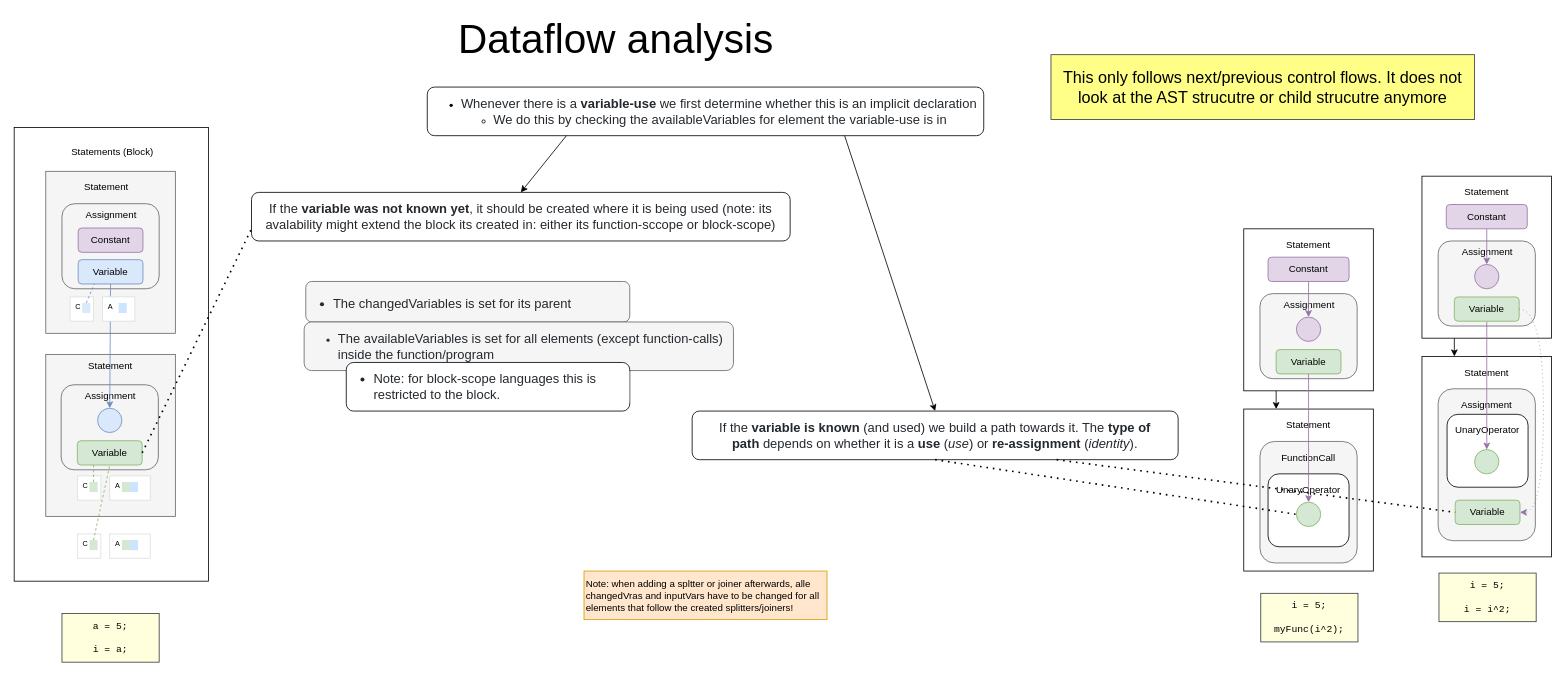
visual-trials/flowify keeps this draw.io diagram as page "Data Flow" (4 of 4) of doc/flowify_algoritm_and_data_structures.drawio. Above is the earlier version. Source tidied: cells renumbered, new cells numbered last; positions are measured from the earlier drawing's top-left corner, leaving out a move shared by most shapes. Both pictures are drawn from the tidied source at 81%, with x=0, y=0 at pixel (14, 30).
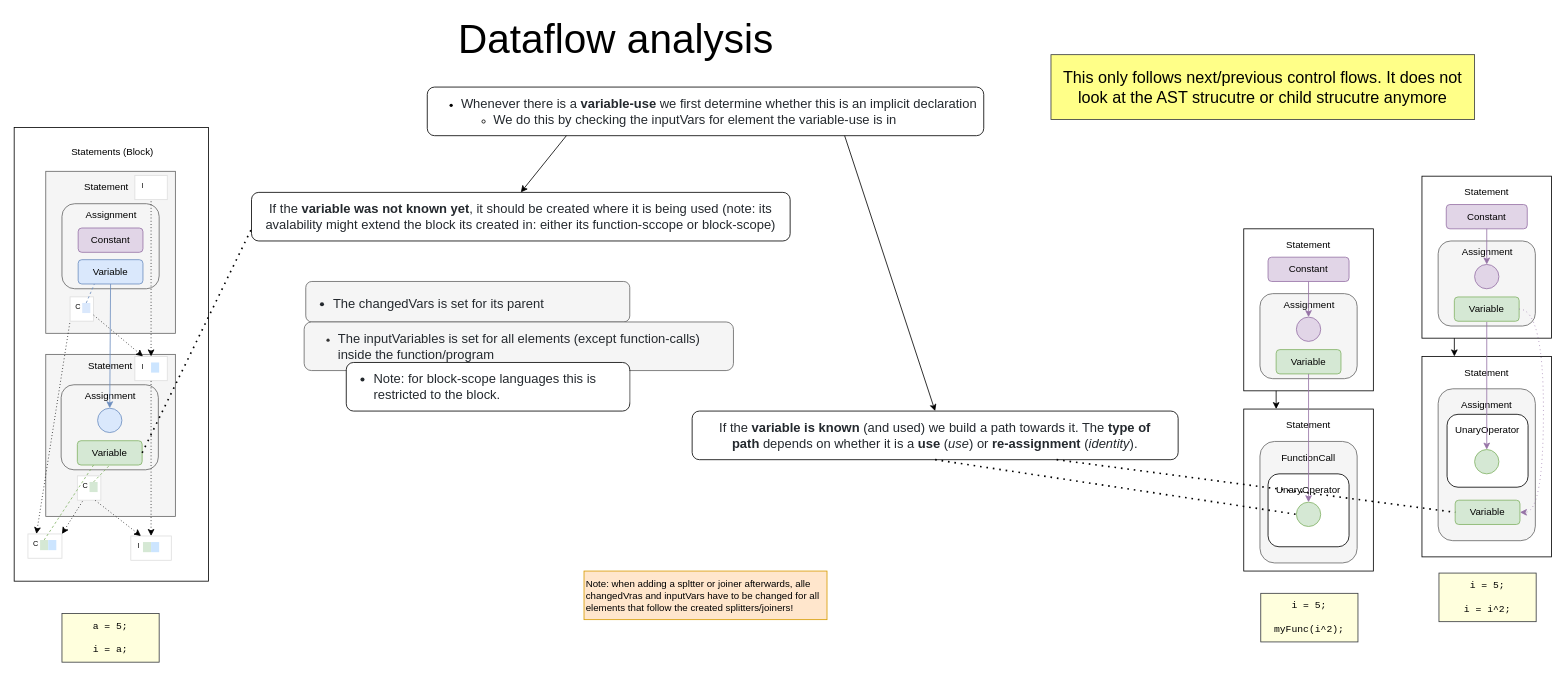
After the change.

Commit message (it also covers changes not shown here):
updated diagrams with inputVars/changedVars logic

The change refers to these unchanged cells:
```xml
<mxCell id="57" value="Variable" style="rounded=1;whiteSpace=wrap;html=1;fillColor=#d5e8d4;strokeColor=#82b366;" parent="1" vertex="1">
  <mxGeometry x="78" y="506.6" width="80" height="30" as="geometry" />
</mxCell>
<mxCell id="69" style="rounded=0;whiteSpace=wrap;html=1;strokeColor=#DEDEDE;" parent="1" vertex="1">
  <mxGeometry x="78" y="550" width="29" height="30" as="geometry" />
</mxCell>
<mxCell id="70" style="rounded=0;whiteSpace=wrap;html=1;fillColor=#D5E8D4;strokeColor=none;" parent="1" vertex="1">
  <mxGeometry x="93" y="557.5" width="10" height="12.5" as="geometry" />
</mxCell>
<mxCell id="84" style="rounded=0;whiteSpace=wrap;html=1;strokeColor=#DEDEDE;" parent="1" vertex="1">
  <mxGeometry x="69" y="329" width="29" height="30" as="geometry" />
</mxCell>
```

Diff of the diagram source:
```diff
@@
-    <mxCell id="5" value="&lt;ul&gt;&lt;li&gt;&lt;span style=&quot;color: rgb(36 , 41 , 46) ; font-size: 16px ; background-color: rgb(255 , 255 , 255)&quot;&gt;Whenever there is a&amp;nbsp;&lt;/span&gt;&lt;span style=&quot;box-sizing: border-box ; font-weight: 600 ; color: rgb(36 , 41 , 46) ; font-size: 16px ; background-color: rgb(255 , 255 , 255)&quot;&gt;variable-use&lt;/span&gt;&lt;span style=&quot;color: rgb(36 , 41 , 46) ; font-size: 16px ; background-color: rgb(255 , 255 , 255)&quot;&gt;&amp;nbsp;we first determine whether this is an implicit declaration&lt;br&gt;&lt;/span&gt;&lt;/li&gt;&lt;ul&gt;&lt;li&gt;&lt;span style=&quot;background-color: rgb(255 , 255 , 255) ; color: rgb(36 , 41 , 46) ; font-size: 16px&quot;&gt;We do this by checking the availableVariables&amp;nbsp;for element the variable-use is in&lt;/span&gt;&lt;/li&gt;&lt;/ul&gt;&lt;/ul&gt;" style="rounded=1;whiteSpace=wrap;html=1;align=left;" parent="1" vertex="1">
+    <mxCell id="5" value="&lt;ul&gt;&lt;li&gt;&lt;span style=&quot;color: rgb(36 , 41 , 46) ; font-size: 16px ; background-color: rgb(255 , 255 , 255)&quot;&gt;Whenever there is a&amp;nbsp;&lt;/span&gt;&lt;span style=&quot;box-sizing: border-box ; font-weight: 600 ; color: rgb(36 , 41 , 46) ; font-size: 16px ; background-color: rgb(255 , 255 , 255)&quot;&gt;variable-use&lt;/span&gt;&lt;span style=&quot;color: rgb(36 , 41 , 46) ; font-size: 16px ; background-color: rgb(255 , 255 , 255)&quot;&gt;&amp;nbsp;we first determine whether this is an implicit declaration&lt;br&gt;&lt;/span&gt;&lt;/li&gt;&lt;ul&gt;&lt;li&gt;&lt;span style=&quot;background-color: rgb(255 , 255 , 255) ; color: rgb(36 , 41 , 46) ; font-size: 16px&quot;&gt;We do this by checking the inputVars for element the variable-use is in&lt;/span&gt;&lt;/li&gt;&lt;/ul&gt;&lt;/ul&gt;" style="rounded=1;whiteSpace=wrap;html=1;align=left;" parent="1" vertex="1">
       <mxGeometry x="510" y="70" width="687" height="60" as="geometry" />
     </mxCell>
@@
-    <mxCell id="8" value="&lt;ul style=&quot;box-sizing: border-box ; padding-left: 2em ; margin-top: 0px ; margin-bottom: 0px ; color: rgb(36 , 41 , 46) ; font-size: 16px&quot;&gt;&lt;li style=&quot;box-sizing: border-box ; margin-top: 0.25em&quot;&gt;The changedVariables is set for its parent&lt;/li&gt;&lt;/ul&gt;" style="rounded=1;whiteSpace=wrap;html=1;labelBackgroundColor=none;align=left;fillColor=#f5f5f5;strokeColor=#666666;fontColor=#333333;" parent="1" vertex="1">
+    <mxCell id="8" value="&lt;ul style=&quot;box-sizing: border-box ; padding-left: 2em ; margin-top: 0px ; margin-bottom: 0px ; color: rgb(36 , 41 , 46) ; font-size: 16px&quot;&gt;&lt;li style=&quot;box-sizing: border-box ; margin-top: 0.25em&quot;&gt;The changedVars is set for its parent&lt;/li&gt;&lt;/ul&gt;" style="rounded=1;whiteSpace=wrap;html=1;labelBackgroundColor=none;align=left;fillColor=#f5f5f5;strokeColor=#666666;fontColor=#333333;" parent="1" vertex="1">
       <mxGeometry x="360" y="310" width="400" height="50" as="geometry" />
     </mxCell>
-    <mxCell id="9" value="&lt;ul&gt;&lt;li&gt;&lt;span style=&quot;color: rgb(36 , 41 , 46) ; font-size: 16px&quot;&gt;The availableVariables&amp;nbsp;is set for all elements (except function-calls) inside the function/program&lt;/span&gt;&lt;/li&gt;&lt;/ul&gt;" style="rounded=1;whiteSpace=wrap;html=1;labelBackgroundColor=none;align=left;fillColor=#f5f5f5;strokeColor=#666666;fontColor=#333333;" parent="1" vertex="1">
+    <mxCell id="9" value="&lt;ul&gt;&lt;li&gt;&lt;span style=&quot;color: rgb(36 , 41 , 46) ; font-size: 16px&quot;&gt;The inputVariables&amp;nbsp;is set for all elements (except function-calls) inside the function/program&lt;/span&gt;&lt;/li&gt;&lt;/ul&gt;" style="rounded=1;whiteSpace=wrap;html=1;labelBackgroundColor=none;align=left;fillColor=#f5f5f5;strokeColor=#666666;fontColor=#333333;" parent="1" vertex="1">
       <mxGeometry x="358" y="360" width="530" height="60" as="geometry" />
     </mxCell>
@@
-    <mxCell id="65" style="rounded=0;whiteSpace=wrap;html=1;strokeColor=#DEDEDE;" parent="1" vertex="1">
-      <mxGeometry x="118" y="550" width="50" height="30" as="geometry" />
-    </mxCell>
-    <mxCell id="66" style="rounded=0;whiteSpace=wrap;html=1;fillColor=#D5E8D4;strokeColor=none;" parent="1" vertex="1">
-      <mxGeometry x="133" y="557.5" width="10" height="12.5" as="geometry" />
-    </mxCell>
-    <mxCell id="67" style="rounded=0;whiteSpace=wrap;html=1;fillColor=#cce5ff;strokeColor=none;" parent="1" vertex="1">
-      <mxGeometry x="143" y="557.5" width="10" height="12.5" as="geometry" />
-    </mxCell>
-    <mxCell id="68" value="A" style="text;html=1;strokeColor=none;fillColor=none;align=center;verticalAlign=middle;whiteSpace=wrap;rounded=0;fontSize=9;" parent="1" vertex="1">
-      <mxGeometry x="123" y="552.5" width="10" height="20" as="geometry" />
-    </mxCell>
@@
-    <mxCell id="72" style="endArrow=none;dashed=1;html=1;exitX=0.5;exitY=0;exitDx=0;exitDy=0;entryX=0.25;entryY=1;entryDx=0;entryDy=0;fillColor=#d5e8d4;strokeColor=#82b366;" parent="1" edge="1" source="70" target="57">
+    <mxCell id="72" style="endArrow=none;dashed=1;html=1;exitX=0.5;exitY=0;exitDx=0;exitDy=0;entryX=0.5;entryY=1;entryDx=0;entryDy=0;fillColor=#d5e8d4;strokeColor=#82b366;" parent="1" edge="1" source="70" target="57">
       <mxGeometry relative="1" as="geometry" />
     </mxCell>
     <mxCell id="73" style="rounded=0;whiteSpace=wrap;html=1;strokeColor=#DEDEDE;" parent="1" vertex="1">
-      <mxGeometry x="118" y="621.7" width="50" height="30" as="geometry" />
+      <mxGeometry x="144" y="624.2" width="50" height="30" as="geometry" />
     </mxCell>
     <mxCell id="74" style="rounded=0;whiteSpace=wrap;html=1;fillColor=#D5E8D4;strokeColor=none;" parent="1" vertex="1">
-      <mxGeometry x="133" y="629.2" width="10" height="12.5" as="geometry" />
+      <mxGeometry x="159" y="631.7" width="10" height="12.5" as="geometry" />
     </mxCell>
     <mxCell id="75" style="rounded=0;whiteSpace=wrap;html=1;fillColor=#cce5ff;strokeColor=none;" parent="1" vertex="1">
-      <mxGeometry x="143" y="629.2" width="10" height="12.5" as="geometry" />
+      <mxGeometry x="169" y="631.7" width="10" height="12.5" as="geometry" />
     </mxCell>
-    <mxCell id="76" value="A" style="text;html=1;strokeColor=none;fillColor=none;align=center;verticalAlign=middle;whiteSpace=wrap;rounded=0;fontSize=9;" parent="1" vertex="1">
-      <mxGeometry x="123" y="624.2" width="10" height="20" as="geometry" />
+    <mxCell id="76" value="I" style="text;html=1;strokeColor=none;fillColor=none;align=center;verticalAlign=middle;whiteSpace=wrap;rounded=0;fontSize=9;" parent="1" vertex="1">
+      <mxGeometry x="149" y="626.7" width="10" height="20" as="geometry" />
     </mxCell>
     <mxCell id="77" style="rounded=0;whiteSpace=wrap;html=1;strokeColor=#DEDEDE;" parent="1" vertex="1">
-      <mxGeometry x="78" y="621.7" width="29" height="30" as="geometry" />
+      <mxGeometry x="17" y="621.7" width="42" height="30" as="geometry" />
     </mxCell>
     <mxCell id="78" style="rounded=0;whiteSpace=wrap;html=1;fillColor=#D5E8D4;strokeColor=none;" parent="1" vertex="1">
-      <mxGeometry x="93" y="629.2" width="10" height="12.5" as="geometry" />
+      <mxGeometry x="32" y="629.2" width="10" height="12.5" as="geometry" />
     </mxCell>
     <mxCell id="79" value="C" style="text;html=1;strokeColor=none;fillColor=none;align=center;verticalAlign=middle;whiteSpace=wrap;rounded=0;fontSize=9;" parent="1" vertex="1">
-      <mxGeometry x="83" y="624.2" width="10" height="20" as="geometry" />
+      <mxGeometry x="22" y="624.2" width="10" height="20" as="geometry" />
     </mxCell>
-    <mxCell id="80" style="endArrow=none;dashed=1;html=1;exitX=0.5;exitY=0;exitDx=0;exitDy=0;entryX=0.5;entryY=1;entryDx=0;entryDy=0;fillColor=#d5e8d4;strokeColor=#82b366;" parent="1" edge="1" source="78" target="57">
+    <mxCell id="80" style="endArrow=none;dashed=1;html=1;exitX=0.5;exitY=0;exitDx=0;exitDy=0;entryX=0.25;entryY=1;entryDx=0;entryDy=0;fillColor=#d5e8d4;strokeColor=#82b366;" parent="1" edge="1" source="78" target="57">
       <mxGeometry relative="1" as="geometry" />
     </mxCell>
     <mxCell id="81" style="rounded=0;whiteSpace=wrap;html=1;strokeColor=#DEDEDE;" parent="1" vertex="1">
-      <mxGeometry x="109" y="329" width="40" height="30" as="geometry" />
+      <mxGeometry x="149" y="179" width="40" height="30" as="geometry" />
     </mxCell>
-    <mxCell id="82" style="rounded=0;whiteSpace=wrap;html=1;fillColor=#cce5ff;strokeColor=none;" parent="1" vertex="1">
-      <mxGeometry x="129" y="336.5" width="10" height="12.5" as="geometry" />
-    </mxCell>
-    <mxCell id="83" value="A" style="text;html=1;strokeColor=none;fillColor=none;align=center;verticalAlign=middle;whiteSpace=wrap;rounded=0;fontSize=9;" parent="1" vertex="1">
-      <mxGeometry x="114" y="331.5" width="10" height="20" as="geometry" />
+    <mxCell id="83" value="I" style="text;html=1;strokeColor=none;fillColor=none;align=center;verticalAlign=middle;whiteSpace=wrap;rounded=0;fontSize=9;" parent="1" vertex="1">
+      <mxGeometry x="154" y="181.5" width="10" height="20" as="geometry" />
     </mxCell>
@@
+    <mxCell id="93" style="rounded=0;whiteSpace=wrap;html=1;strokeColor=#DEDEDE;" parent="1" vertex="1">
+      <mxGeometry x="149" y="402.5" width="40" height="30" as="geometry" />
+    </mxCell>
+    <mxCell id="94" style="rounded=0;whiteSpace=wrap;html=1;fillColor=#cce5ff;strokeColor=none;" parent="1" vertex="1">
+      <mxGeometry x="169" y="410" width="10" height="12.5" as="geometry" />
+    </mxCell>
+    <mxCell id="95" value="I" style="text;html=1;strokeColor=none;fillColor=none;align=center;verticalAlign=middle;whiteSpace=wrap;rounded=0;fontSize=9;" parent="1" vertex="1">
+      <mxGeometry x="154" y="405" width="10" height="20" as="geometry" />
+    </mxCell>
+    <mxCell id="96" style="endArrow=none;dashed=1;html=1;dashPattern=1 3;strokeWidth=1;fontSize=12;exitX=0.5;exitY=0;exitDx=0;exitDy=0;entryX=0.5;entryY=1;entryDx=0;entryDy=0;startArrow=classic;startFill=1;" parent="1" edge="1" source="93" target="81">
+      <mxGeometry relative="1" as="geometry" />
+    </mxCell>
+    <mxCell id="97" style="endArrow=none;dashed=1;html=1;dashPattern=1 3;strokeWidth=1;fontSize=12;exitX=0.25;exitY=0;exitDx=0;exitDy=0;entryX=1;entryY=0.75;entryDx=0;entryDy=0;startArrow=classic;startFill=1;" parent="1" edge="1" source="93" target="84">
+      <mxGeometry relative="1" as="geometry" />
+    </mxCell>
+    <mxCell id="98" style="endArrow=none;dashed=1;html=1;dashPattern=1 3;strokeWidth=1;fontSize=12;entryX=0.5;entryY=1;entryDx=0;entryDy=0;startArrow=classic;startFill=1;" parent="1" edge="1" source="73" target="93">
+      <mxGeometry relative="1" as="geometry" />
+    </mxCell>
+    <mxCell id="99" style="endArrow=none;dashed=1;html=1;dashPattern=1 3;strokeWidth=1;fontSize=12;entryX=0.75;entryY=1;entryDx=0;entryDy=0;exitX=0.25;exitY=0;exitDx=0;exitDy=0;startArrow=classic;startFill=1;" parent="1" edge="1" source="73" target="69">
+      <mxGeometry relative="1" as="geometry" />
+    </mxCell>
+    <mxCell id="100" style="rounded=0;whiteSpace=wrap;html=1;fillColor=#cce5ff;strokeColor=none;" parent="1" vertex="1">
+      <mxGeometry x="42" y="629.2" width="10" height="12.5" as="geometry" />
+    </mxCell>
+    <mxCell id="101" style="endArrow=none;dashed=1;html=1;dashPattern=1 3;strokeWidth=1;fontSize=12;entryX=0.25;entryY=1;entryDx=0;entryDy=0;exitX=1;exitY=0;exitDx=0;exitDy=0;startArrow=classic;startFill=1;" parent="1" edge="1" source="77" target="69">
+      <mxGeometry relative="1" as="geometry" />
+    </mxCell>
+    <mxCell id="102" style="endArrow=none;dashed=1;html=1;dashPattern=1 3;strokeWidth=1;fontSize=12;entryX=0;entryY=1;entryDx=0;entryDy=0;exitX=0.25;exitY=0;exitDx=0;exitDy=0;startArrow=classic;startFill=1;" parent="1" edge="1" source="77" target="84">
+      <mxGeometry relative="1" as="geometry" />
+    </mxCell>
```
